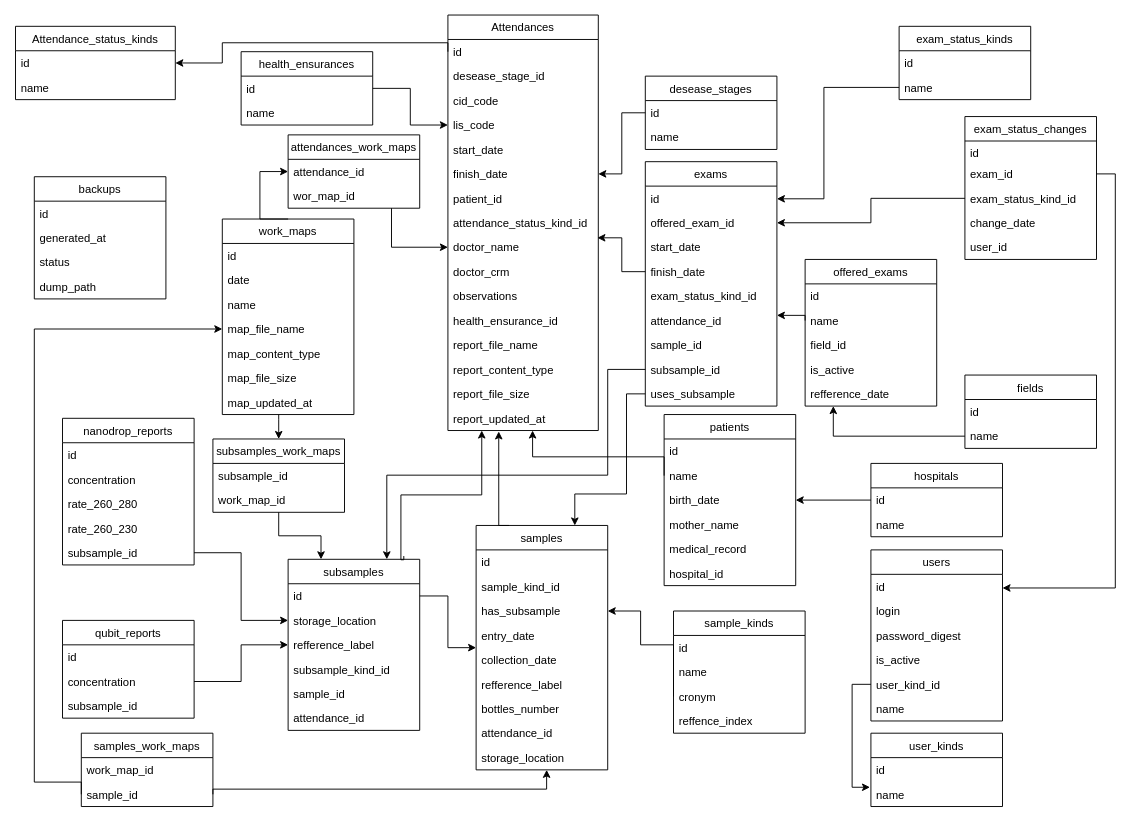
The draw.io diagram database.drawio in joaofelipe1294/genomico, before the edit. Source tidied: cells renumbered, new cells numbered last; positions are measured from the earlier drawing's top-left corner, leaving out a move shared by most shapes. Both pictures are drawn from the tidied source at 94%, with x=0, y=0 at pixel (15, 14).
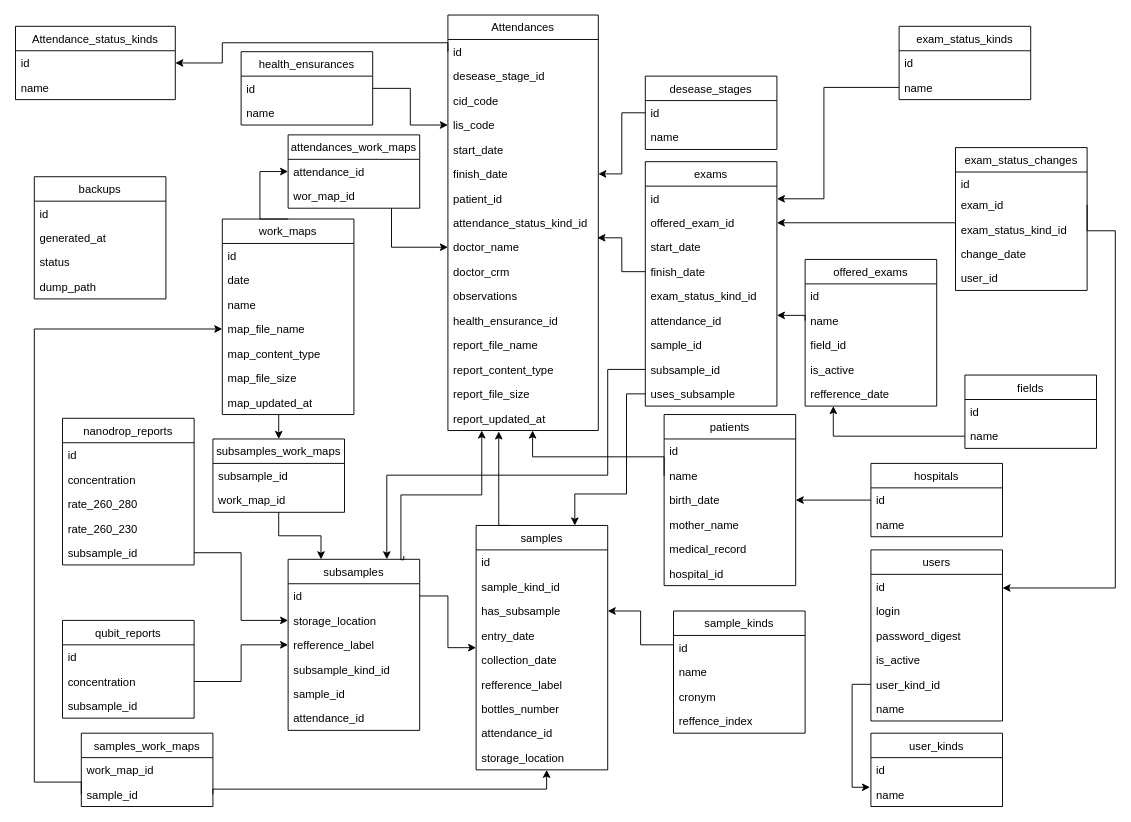
The same diagram, later.

Unchanged cells that the change refers to:
```xml
<mxCell id="35" value="exam_id" style="text;strokeColor=none;fillColor=none;align=left;verticalAlign=top;spacingLeft=4;spacingRight=4;overflow=hidden;points=[[0,0.5],[1,0.5]];portConstraint=eastwest;" parent="33" vertex="1">
  <mxGeometry y="48" width="140" height="26" as="geometry" />
</mxCell>
<mxCell id="36" value="exam_status_kind_id" style="text;strokeColor=none;fillColor=none;align=left;verticalAlign=top;spacingLeft=4;spacingRight=4;overflow=hidden;points=[[0,0.5],[1,0.5]];portConstraint=eastwest;" parent="33" vertex="1">
  <mxGeometry y="74" width="140" height="26" as="geometry" />
</mxCell>
<mxCell id="37" value="change_date" style="text;strokeColor=none;fillColor=none;align=left;verticalAlign=top;spacingLeft=4;spacingRight=4;overflow=hidden;points=[[0,0.5],[1,0.5]];portConstraint=eastwest;" parent="33" vertex="1">
  <mxGeometry y="100" width="140" height="26" as="geometry" />
</mxCell>
<mxCell id="44" value="offered_exam_id" style="text;strokeColor=none;fillColor=none;align=left;verticalAlign=top;spacingLeft=4;spacingRight=4;overflow=hidden;points=[[0,0.5],[1,0.5]];portConstraint=eastwest;" parent="42" vertex="1">
  <mxGeometry y="52" width="140" height="26" as="geometry" />
</mxCell>
<mxCell id="126" value="users" style="swimlane;fontStyle=0;horizontal=1;startSize=26;fillColor=none;" parent="1" vertex="1">
  <mxGeometry x="910" y="569.5" width="140" height="182" as="geometry" />
</mxCell>
```

Diff of the diagram source:
```diff
@@
     <mxCell id="33" value="exam_status_changes" style="swimlane;fontStyle=0;horizontal=1;startSize=26;fillColor=none;" parent="1" vertex="1">
-      <mxGeometry x="1010" y="108.5" width="140" height="152" as="geometry" />
+      <mxGeometry x="1000" y="141.5" width="140" height="152" as="geometry" />
     </mxCell>
@@
-    <mxCell id="147" style="edgeStyle=orthogonalEdgeStyle;rounded=0;jettySize=auto;html=1;exitX=0;exitY=0.5;exitDx=0;exitDy=0;entryX=1;entryY=0.5;entryDx=0;entryDy=0;" parent="1" edge="1" source="36" target="44">
-      <mxGeometry relative="1" as="geometry" />
+    <mxCell id="147" style="edgeStyle=orthogonalEdgeStyle;rounded=0;jettySize=auto;html=1;exitX=0;exitY=0.5;exitDx=0;exitDy=0;entryX=1;entryY=0.5;entryDx=0;entryDy=0;" parent="1" edge="1" source="37" target="44">
+      <mxGeometry relative="1" as="geometry">
+        <Array as="points">
+          <mxPoint x="1000" y="222" />
+        </Array>
+      </mxGeometry>
     </mxCell>
@@
     <mxCell id="155" style="edgeStyle=orthogonalEdgeStyle;rounded=0;jettySize=auto;html=1;exitX=1;exitY=0.5;exitDx=0;exitDy=0;" parent="1" edge="1" source="35" target="126">
       <mxGeometry relative="1" as="geometry">
         <Array as="points">
-          <mxPoint x="1170" y="170" />
+          <mxPoint x="1140" y="230" />
+          <mxPoint x="1170" y="230" />
           <mxPoint x="1170" y="610" />
         </Array>
       </mxGeometry>
     </mxCell>
```
